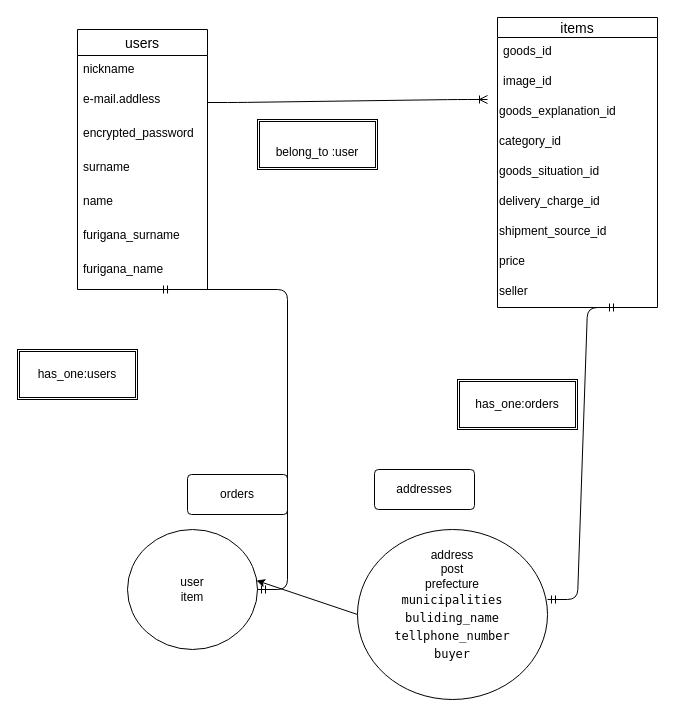
This is ER.dio from 62111341a/furima-37143, a draw.io file, before an edit. Source tidied: cells renumbered, new cells numbered last; positions are measured from the earlier drawing's top-left corner, leaving out a move shared by most shapes. Both pictures are drawn from the tidied source at 100%, with x=0, y=0 at pixel (17, 17).
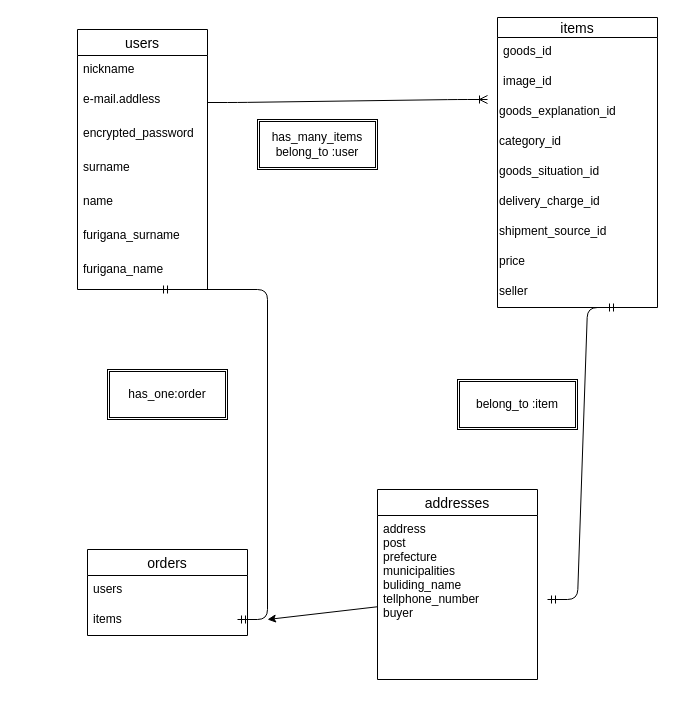
The same page after the edit.

The change refers to these unchanged cells:
```xml
<mxCell id="12" value="furigana_name" style="text;strokeColor=none;fillColor=none;spacingLeft=4;spacingRight=4;overflow=hidden;points=[[0,0.5],[1,0.5]];portConstraint=eastwest;fontSize=12;" parent="5" vertex="1">
  <mxGeometry y="226" width="130" height="34" as="geometry" />
</mxCell>
```

What changed in the source:
```diff
@@
-    <mxCell id="2" value="user&lt;br&gt;item" style="ellipse;whiteSpace=wrap;html=1;align=center;" parent="1" vertex="1">
-      <mxGeometry x="110" y="512" width="130" height="120" as="geometry" />
-    </mxCell>
-    <mxCell id="3" style="edgeStyle=none;html=1;exitX=0;exitY=0.5;exitDx=0;exitDy=0;entryX=0.992;entryY=0.425;entryDx=0;entryDy=0;entryPerimeter=0;" parent="1" edge="1" source="4" target="2">
-      <mxGeometry relative="1" as="geometry" />
-    </mxCell>
-    <mxCell id="4" value="address&lt;br&gt;post&lt;br&gt;prefecture&lt;br&gt;&lt;div style=&quot;background-color: rgb(255 , 255 , 255) ; font-family: &amp;#34;menlo&amp;#34; , &amp;#34;monaco&amp;#34; , &amp;#34;courier new&amp;#34; , monospace ; line-height: 18px&quot;&gt;municipalities&lt;/div&gt;&lt;div style=&quot;background-color: rgb(255 , 255 , 255) ; font-family: &amp;#34;menlo&amp;#34; , &amp;#34;monaco&amp;#34; , &amp;#34;courier new&amp;#34; , monospace ; line-height: 18px&quot;&gt;buliding_name&lt;/div&gt;&lt;div style=&quot;background-color: rgb(255 , 255 , 255) ; font-family: &amp;#34;menlo&amp;#34; , &amp;#34;monaco&amp;#34; , &amp;#34;courier new&amp;#34; , monospace ; line-height: 18px&quot;&gt;tellphone_number&lt;/div&gt;&lt;div style=&quot;background-color: rgb(255 , 255 , 255) ; font-family: &amp;#34;menlo&amp;#34; , &amp;#34;monaco&amp;#34; , &amp;#34;courier new&amp;#34; , monospace ; line-height: 18px&quot;&gt;buyer&lt;/div&gt;&lt;div style=&quot;background-color: rgb(255 , 255 , 255) ; font-family: &amp;#34;menlo&amp;#34; , &amp;#34;monaco&amp;#34; , &amp;#34;courier new&amp;#34; , monospace ; line-height: 18px&quot;&gt;&lt;br&gt;&lt;/div&gt;" style="ellipse;whiteSpace=wrap;html=1;align=center;" parent="1" vertex="1">
-      <mxGeometry x="340" y="512" width="190" height="170" as="geometry" />
-    </mxCell>
@@
-    <mxCell id="23" value="&lt;br&gt;belong_to :user" style="shape=ext;double=1;rounded=0;whiteSpace=wrap;html=1;" parent="1" vertex="1">
+    <mxCell id="23" value="has_many_items&lt;br&gt;belong_to :user" style="shape=ext;double=1;rounded=0;whiteSpace=wrap;html=1;" parent="1" vertex="1">
       <mxGeometry x="240" y="102" width="120" height="50" as="geometry" />
     </mxCell>
@@
-    <mxCell id="25" value="has_one:orders" style="shape=ext;double=1;rounded=0;whiteSpace=wrap;html=1;" parent="1" vertex="1">
+    <mxCell id="25" value="belong_to :item" style="shape=ext;double=1;rounded=0;whiteSpace=wrap;html=1;" parent="1" vertex="1">
       <mxGeometry x="440" y="362" width="120" height="50" as="geometry" />
     </mxCell>
-    <mxCell id="26" value="has_one:users" style="shape=ext;double=1;rounded=0;whiteSpace=wrap;html=1;" parent="1" vertex="1">
-      <mxGeometry y="332" width="120" height="50" as="geometry" />
+    <mxCell id="26" value="has_one:order" style="shape=ext;double=1;rounded=0;whiteSpace=wrap;html=1;" parent="1" vertex="1">
+      <mxGeometry x="90" y="352" width="120" height="50" as="geometry" />
     </mxCell>
-    <mxCell id="27" value="orders" style="rounded=1;arcSize=10;whiteSpace=wrap;html=1;align=center;" parent="1" vertex="1">
-      <mxGeometry x="170" y="457" width="100" height="40" as="geometry" />
-    </mxCell>
-    <mxCell id="28" value="addresses" style="rounded=1;arcSize=10;whiteSpace=wrap;html=1;align=center;" parent="1" vertex="1">
-      <mxGeometry x="357" y="452" width="100" height="40" as="geometry" />
-    </mxCell>
@@
-    <mxCell id="30" style="edgeStyle=entityRelationEdgeStyle;fontSize=12;html=1;endArrow=ERmandOne;startArrow=ERmandOne;entryX=0.631;entryY=1;entryDx=0;entryDy=0;entryPerimeter=0;" parent="1" edge="1" source="2" target="12">
-      <mxGeometry relative="1" as="geometry" />
+    <mxCell id="30" style="edgeStyle=entityRelationEdgeStyle;fontSize=12;html=1;endArrow=ERmandOne;startArrow=ERmandOne;entryX=0.631;entryY=1;entryDx=0;entryDy=0;entryPerimeter=0;" parent="1" edge="1" target="12">
+      <mxGeometry relative="1" as="geometry">
+        <mxPoint x="220" y="602" as="sourcePoint" />
+      </mxGeometry>
     </mxCell>
+    <mxCell id="28" value="addresses" style="swimlane;fontStyle=0;horizontal=1;startSize=26;align=center;fontSize=14;" parent="1" vertex="1">
+      <mxGeometry x="360" y="472" width="160" height="190" as="geometry" />
+    </mxCell>
+    <mxCell id="4" value="address&#10;post&#10;prefecture&#10;municipalities&#10;buliding_name&#10;tellphone_number&#10;buyer&#10;&#10;" style="text;strokeColor=none;fillColor=none;spacingLeft=4;spacingRight=4;overflow=hidden;points=[[0,0.5],[1,0.5]];portConstraint=eastwest;fontSize=12;" parent="28" vertex="1">
+      <mxGeometry y="26" width="160" height="164" as="geometry" />
+    </mxCell>
+    <mxCell id="27" value="orders" style="swimlane;fontStyle=0;horizontal=1;startSize=26;align=center;fontSize=14;" parent="1" vertex="1">
+      <mxGeometry x="70" y="532" width="160" height="86" as="geometry" />
+    </mxCell>
+    <mxCell id="31" value="users" style="text;strokeColor=none;fillColor=none;spacingLeft=4;spacingRight=4;overflow=hidden;fontSize=12;" parent="27" vertex="1">
+      <mxGeometry y="26" width="160" height="30" as="geometry" />
+    </mxCell>
+    <mxCell id="32" value="items" style="text;strokeColor=none;fillColor=none;spacingLeft=4;spacingRight=4;overflow=hidden;fontSize=12;" parent="27" vertex="1">
+      <mxGeometry y="56" width="160" height="30" as="geometry" />
+    </mxCell>
+    <mxCell id="33" style="edgeStyle=none;html=1;" parent="1" edge="1" source="4">
+      <mxGeometry relative="1" as="geometry">
+        <mxPoint x="250" y="602" as="targetPoint" />
+      </mxGeometry>
+    </mxCell>
```
